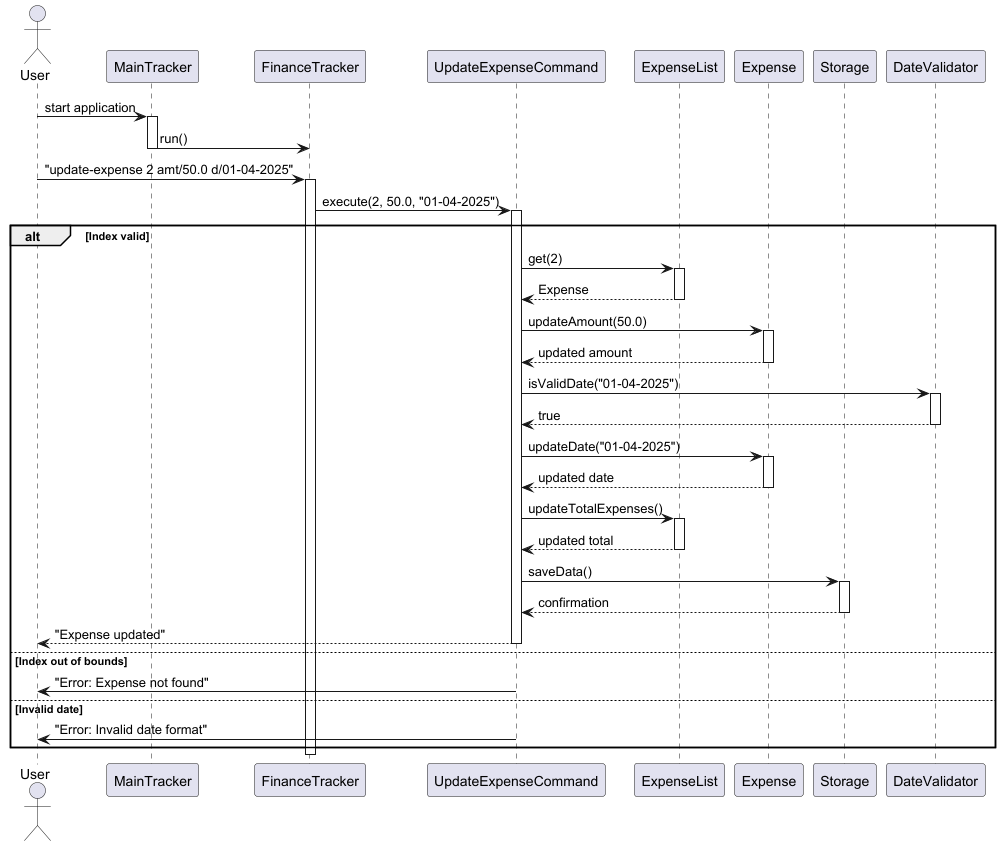
The PlantUML diagram docs/diagrams/update_expense_sequence_diagram.png in thienkimtranhoang/tp, before a commit.
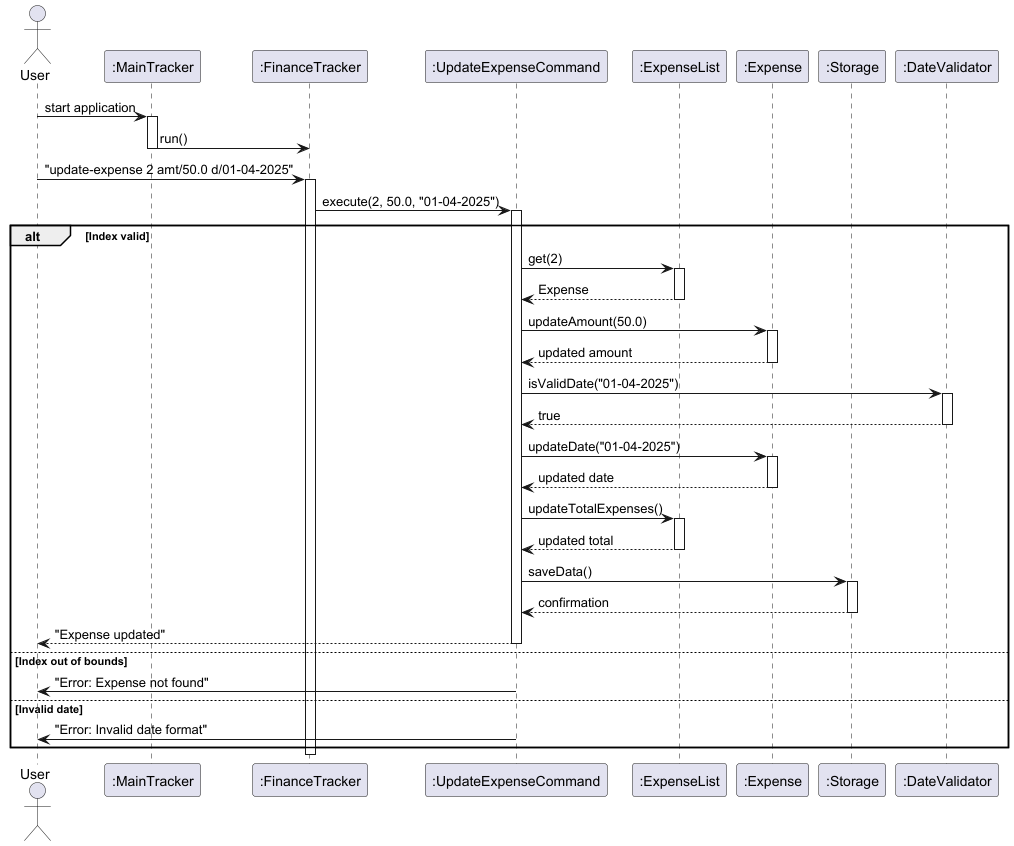
After the change.

Change to the diagram source:
```diff
@@ -1,12 +1,12 @@
 @startuml
 actor User
-participant "MainTracker" as Main
-participant "FinanceTracker" as Finance
-participant "UpdateExpenseCommand" as UpdateCmd
-participant "ExpenseList" as ExpenseList
-participant "Expense" as Expense
-participant "Storage" as Storage
-participant "DateValidator" as DateValidator
+participant ":MainTracker" as Main
+participant ":FinanceTracker" as Finance
+participant ":UpdateExpenseCommand" as UpdateCmd
+participant ":ExpenseList" as ExpenseList
+participant ":Expense" as Expense
+participant ":Storage" as Storage
+participant ":DateValidator" as DateValidator
 
 User -> Main: start application
 activate Main
```
